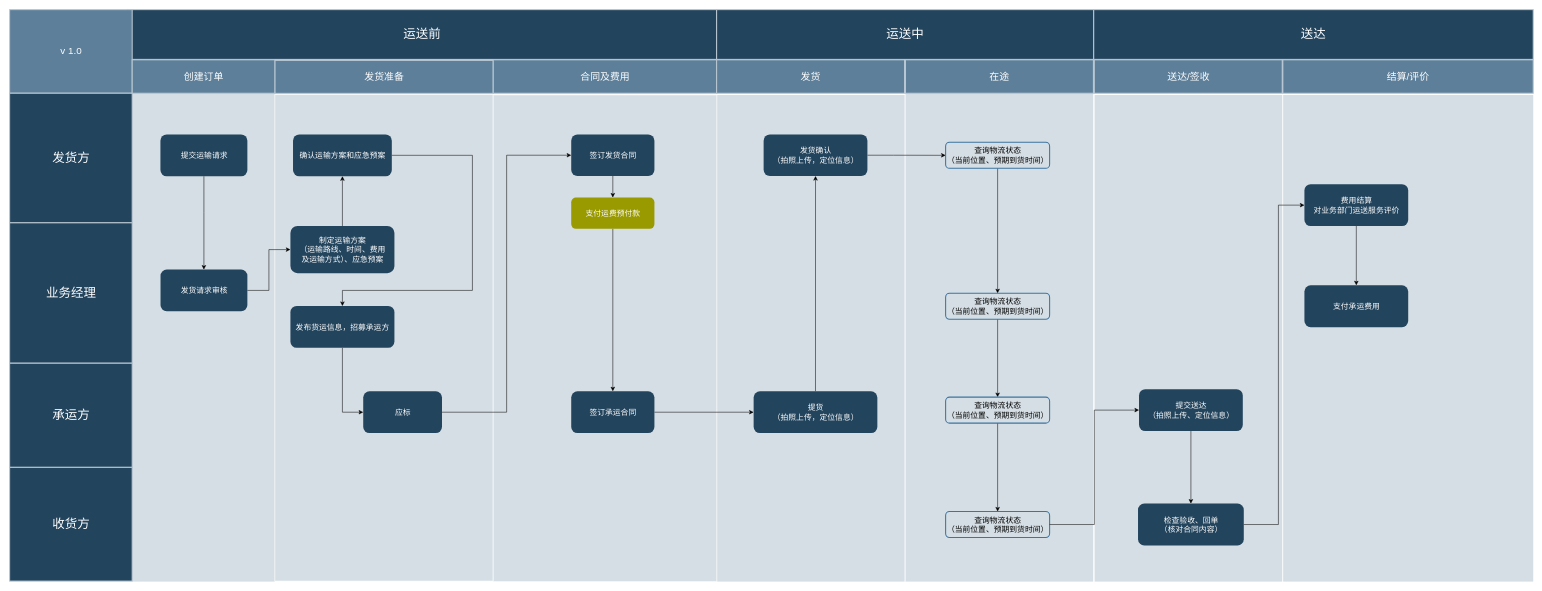
Earlier version of the draw.io diagram draw/KunShan_HuaZhongBao/Untitled Diagram.drawio (hainayun/nanjing_dev). Source tidied: cells renumbered, new cells numbered last; positions are measured from the earlier drawing's top-left corner, leaving out a move shared by most shapes. Both pictures are drawn from the tidied source at 52%, with x=0, y=0 at pixel (9, 9).
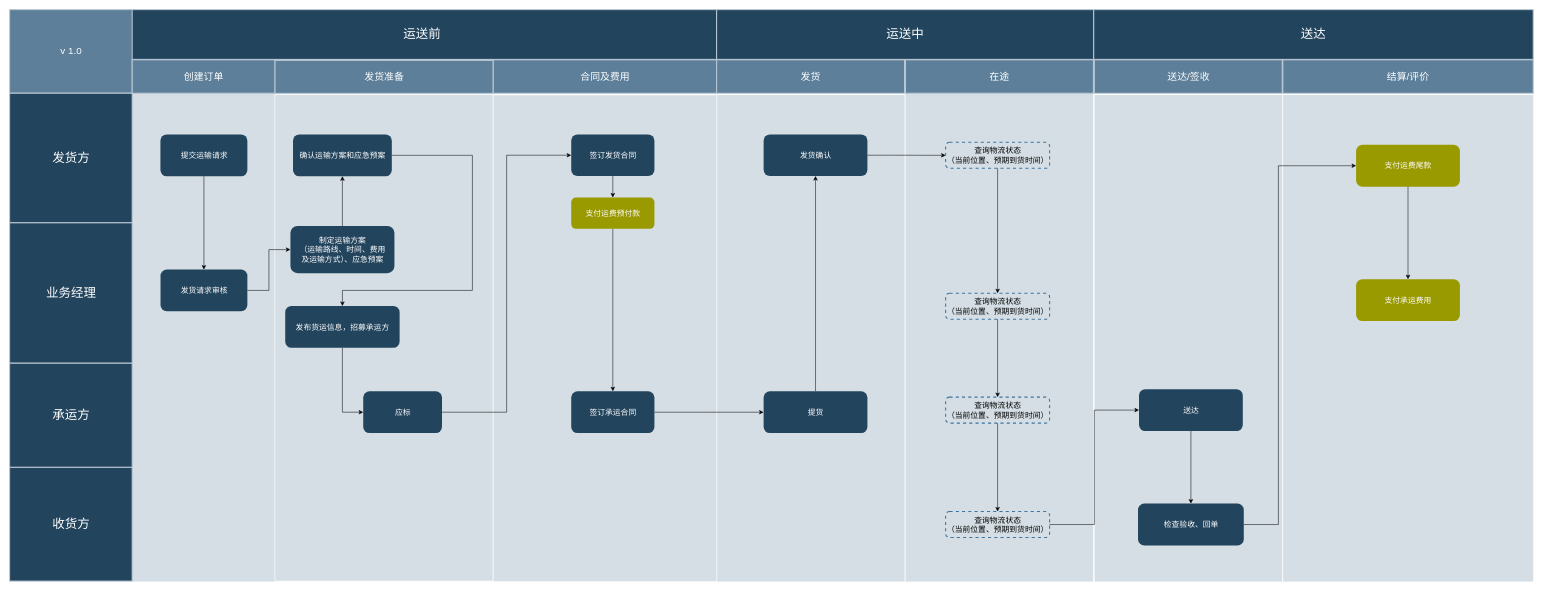
The same page after the edit.

Commit message:
物流管理业务流程.drawio

Change to the diagram source:
```diff
@@
     <mxCell id="13" value="&lt;font color=&quot;#ffffff&quot;&gt;&lt;span style=&quot;font-size: 15px&quot;&gt;发布货运信息，招募承运方&lt;br&gt;&lt;/span&gt;&lt;/font&gt;" style="rounded=1;fillColor=#23445D;strokeColor=none;strokeWidth=2;fontFamily=Helvetica;html=1;gradientColor=none;" parent="1" vertex="1">
-      <mxGeometry x="540" y="570" width="200" height="80.4" as="geometry" />
+      <mxGeometry x="530" y="570" width="220" height="80.4" as="geometry" />
     </mxCell>
@@
-    <mxCell id="25" value="&lt;font color=&quot;#ffffff&quot;&gt;&lt;span style=&quot;font-size: 15px&quot;&gt;提货&lt;br&gt;（拍照上传，定位信息）&lt;br&gt;&lt;/span&gt;&lt;/font&gt;" style="rounded=1;fillColor=#23445D;strokeColor=none;strokeWidth=2;fontFamily=Helvetica;html=1;gradientColor=none;" parent="1" vertex="1">
-      <mxGeometry x="1430.8" y="734" width="237.9" height="80.4" as="geometry" />
+    <mxCell id="25" value="&lt;font color=&quot;#ffffff&quot;&gt;&lt;span style=&quot;font-size: 15px&quot;&gt;提货&lt;br&gt;&lt;/span&gt;&lt;/font&gt;" style="rounded=1;fillColor=#23445D;strokeColor=none;strokeWidth=2;fontFamily=Helvetica;html=1;gradientColor=none;" parent="1" vertex="1">
+      <mxGeometry x="1450" y="734" width="199.6" height="80.4" as="geometry" />
     </mxCell>
-    <mxCell id="26" value="&lt;span style=&quot;color: rgb(255 , 255 , 255) ; font-size: 15px&quot;&gt;发货确认&lt;/span&gt;&lt;br style=&quot;color: rgb(255 , 255 , 255) ; font-size: 15px&quot;&gt;&lt;span style=&quot;color: rgb(255 , 255 , 255) ; font-size: 15px&quot;&gt;（拍照上传，定位信息）&lt;/span&gt;&lt;font color=&quot;#ffffff&quot;&gt;&lt;span style=&quot;font-size: 15px&quot;&gt;&lt;br&gt;&lt;/span&gt;&lt;/font&gt;" style="rounded=1;fillColor=#23445D;strokeColor=none;strokeWidth=2;fontFamily=Helvetica;html=1;gradientColor=none;" parent="1" vertex="1">
+    <mxCell id="26" value="&lt;span style=&quot;color: rgb(255 , 255 , 255) ; font-size: 15px&quot;&gt;发货确认&lt;/span&gt;&lt;font color=&quot;#ffffff&quot;&gt;&lt;span style=&quot;font-size: 15px&quot;&gt;&lt;br&gt;&lt;/span&gt;&lt;/font&gt;" style="rounded=1;fillColor=#23445D;strokeColor=none;strokeWidth=2;fontFamily=Helvetica;html=1;gradientColor=none;" parent="1" vertex="1">
       <mxGeometry x="1450" y="240" width="199.6" height="80" as="geometry" />
     </mxCell>
@@
-    <mxCell id="29" value="&lt;font color=&quot;#ffffff&quot;&gt;&lt;span style=&quot;font-size: 15px&quot;&gt;检查验收、回单&lt;br&gt;（核对合同内容）&lt;br&gt;&lt;/span&gt;&lt;/font&gt;" style="rounded=1;fillColor=#23445D;strokeColor=none;strokeWidth=2;fontFamily=Helvetica;html=1;gradientColor=none;" parent="1" vertex="1">
+    <mxCell id="29" value="&lt;font color=&quot;#ffffff&quot;&gt;&lt;span style=&quot;font-size: 15px&quot;&gt;检查验收、回单&lt;br&gt;&lt;/span&gt;&lt;/font&gt;" style="rounded=1;fillColor=#23445D;strokeColor=none;strokeWidth=2;fontFamily=Helvetica;html=1;gradientColor=none;" parent="1" vertex="1">
       <mxGeometry x="2170" y="950" width="203.4" height="80.4" as="geometry" />
     </mxCell>
@@
-    <mxCell id="33" style="edgeStyle=orthogonalEdgeStyle;rounded=0;jettySize=auto;html=1;" parent="1" edge="1" source="29" target="35">
+    <mxCell id="33" style="edgeStyle=orthogonalEdgeStyle;rounded=0;jettySize=auto;html=1;entryX=0;entryY=0.5;entryDx=0;entryDy=0;" parent="1" edge="1" source="29" target="35">
       <mxGeometry x="20" y="952.9" as="geometry">
         <Array as="points">
           <mxPoint x="2440" y="990" />
-          <mxPoint x="2440" y="376" />
+          <mxPoint x="2440" y="300" />
         </Array>
       </mxGeometry>
     </mxCell>
@@
-    <mxCell id="35" value="&lt;font color=&quot;#ffffff&quot;&gt;&lt;span style=&quot;font-size: 15px&quot;&gt;费用结算&lt;br&gt;对业务部门运送服务评价&lt;br&gt;&lt;/span&gt;&lt;/font&gt;" style="rounded=1;fillColor=#23445D;strokeColor=none;strokeWidth=2;fontFamily=Helvetica;html=1;gradientColor=none;" parent="1" vertex="1">
-      <mxGeometry x="2490" y="335.7" width="199.6" height="80.4" as="geometry" />
+    <mxCell id="35" value="&lt;font color=&quot;#ffffff&quot;&gt;&lt;span style=&quot;font-size: 15px&quot;&gt;支付运费尾款&lt;br&gt;&lt;/span&gt;&lt;/font&gt;" style="rounded=1;strokeColor=none;strokeWidth=2;fontFamily=Helvetica;html=1;gradientColor=none;fillColor=#999900;" parent="1" vertex="1">
+      <mxGeometry x="2589.4" y="260" width="199.6" height="80.4" as="geometry" />
     </mxCell>
-    <mxCell id="36" value="&lt;font color=&quot;#ffffff&quot;&gt;&lt;span style=&quot;font-size: 15px&quot;&gt;支付承运费用&lt;br&gt;&lt;/span&gt;&lt;/font&gt;" style="rounded=1;fillColor=#23445D;strokeColor=none;strokeWidth=2;fontFamily=Helvetica;html=1;gradientColor=none;" parent="1" vertex="1">
-      <mxGeometry x="2490" y="530.2" width="199.6" height="80.4" as="geometry" />
+    <mxCell id="36" value="&lt;font color=&quot;#ffffff&quot;&gt;&lt;span style=&quot;font-size: 15px&quot;&gt;支付承运费用&lt;br&gt;&lt;/span&gt;&lt;/font&gt;" style="rounded=1;strokeColor=none;strokeWidth=2;fontFamily=Helvetica;html=1;gradientColor=none;fillColor=#999900;" parent="1" vertex="1">
+      <mxGeometry x="2589.4" y="518.5" width="199.6" height="80.4" as="geometry" />
     </mxCell>
@@
-    <mxCell id="38" value="&lt;font color=&quot;#ffffff&quot;&gt;&lt;span style=&quot;font-size: 15px&quot;&gt;提交送达&lt;br&gt;&lt;/span&gt;&lt;/font&gt;&lt;span style=&quot;color: rgb(255 , 255 , 255) ; font-size: 15px&quot;&gt;（拍照上传、定位信息）&lt;/span&gt;&lt;font color=&quot;#ffffff&quot;&gt;&lt;span style=&quot;font-size: 15px&quot;&gt;&lt;br&gt;&lt;/span&gt;&lt;/font&gt;" style="rounded=1;fillColor=#23445D;strokeColor=none;strokeWidth=2;fontFamily=Helvetica;html=1;gradientColor=none;" parent="1" vertex="1">
+    <mxCell id="38" value="&lt;font color=&quot;#ffffff&quot;&gt;&lt;span style=&quot;font-size: 15px&quot;&gt;送达&lt;/span&gt;&lt;/font&gt;&lt;font color=&quot;#ffffff&quot;&gt;&lt;span style=&quot;font-size: 15px&quot;&gt;&lt;br&gt;&lt;/span&gt;&lt;/font&gt;" style="rounded=1;fillColor=#23445D;strokeColor=none;strokeWidth=2;fontFamily=Helvetica;html=1;gradientColor=none;" parent="1" vertex="1">
       <mxGeometry x="2171.9" y="730" width="199.6" height="80.4" as="geometry" />
     </mxCell>
@@
-    <mxCell id="54" value="&lt;span style=&quot;font-size: 15px&quot;&gt;查询物流状态&lt;br&gt;（当前位置、预期到货时间）&lt;br&gt;&lt;/span&gt;" style="rounded=1;fillColor=none;strokeWidth=2;fontFamily=Helvetica;html=1;gradientColor=none;shadow=0;strokeColor=#3D74A1;" parent="1" vertex="1">
+    <mxCell id="54" value="&lt;span style=&quot;font-size: 15px&quot;&gt;查询物流状态&lt;br&gt;（当前位置、预期到货时间）&lt;br&gt;&lt;/span&gt;" style="rounded=1;fillColor=none;strokeWidth=2;fontFamily=Helvetica;html=1;gradientColor=none;shadow=0;strokeColor=#3D74A1;dashed=1;" parent="1" vertex="1">
       <mxGeometry x="1800" y="255.2" width="200" height="50" as="geometry" />
     </mxCell>
-    <mxCell id="55" value="&lt;span style=&quot;font-size: 15px&quot;&gt;查询物流状态&lt;br&gt;（当前位置、预期到货时间）&lt;br&gt;&lt;/span&gt;" style="rounded=1;fillColor=none;strokeWidth=2;fontFamily=Helvetica;html=1;gradientColor=none;shadow=0;strokeColor=#3D74A1;" parent="1" vertex="1">
+    <mxCell id="55" value="&lt;span style=&quot;font-size: 15px&quot;&gt;查询物流状态&lt;br&gt;（当前位置、预期到货时间）&lt;br&gt;&lt;/span&gt;" style="rounded=1;fillColor=none;strokeWidth=2;fontFamily=Helvetica;html=1;gradientColor=none;shadow=0;strokeColor=#3D74A1;dashed=1;" parent="1" vertex="1">
       <mxGeometry x="1800" y="965.2" width="200" height="50" as="geometry" />
     </mxCell>
@@
-    <mxCell id="57" value="&lt;span style=&quot;font-size: 15px&quot;&gt;查询物流状态&lt;br&gt;（当前位置、预期到货时间）&lt;br&gt;&lt;/span&gt;" style="rounded=1;fillColor=none;strokeWidth=2;fontFamily=Helvetica;html=1;gradientColor=none;shadow=0;strokeColor=#3D74A1;" parent="1" vertex="1">
+    <mxCell id="57" value="&lt;span style=&quot;font-size: 15px&quot;&gt;查询物流状态&lt;br&gt;（当前位置、预期到货时间）&lt;br&gt;&lt;/span&gt;" style="rounded=1;fillColor=none;strokeWidth=2;fontFamily=Helvetica;html=1;gradientColor=none;shadow=0;strokeColor=#3D74A1;dashed=1;" parent="1" vertex="1">
       <mxGeometry x="1800" y="545.4" width="200" height="50" as="geometry" />
     </mxCell>
@@
-    <mxCell id="60" value="&lt;span style=&quot;font-size: 15px&quot;&gt;查询物流状态&lt;br&gt;（当前位置、预期到货时间）&lt;br&gt;&lt;/span&gt;" style="rounded=1;fillColor=none;strokeWidth=2;fontFamily=Helvetica;html=1;gradientColor=none;shadow=0;strokeColor=#3D74A1;" parent="1" vertex="1">
+    <mxCell id="60" value="&lt;span style=&quot;font-size: 15px&quot;&gt;查询物流状态&lt;br&gt;（当前位置、预期到货时间）&lt;br&gt;&lt;/span&gt;" style="rounded=1;fillColor=none;strokeWidth=2;fontFamily=Helvetica;html=1;gradientColor=none;shadow=0;strokeColor=#3D74A1;dashed=1;" parent="1" vertex="1">
       <mxGeometry x="1800" y="745.2" width="200" height="50" as="geometry" />
     </mxCell>
```
